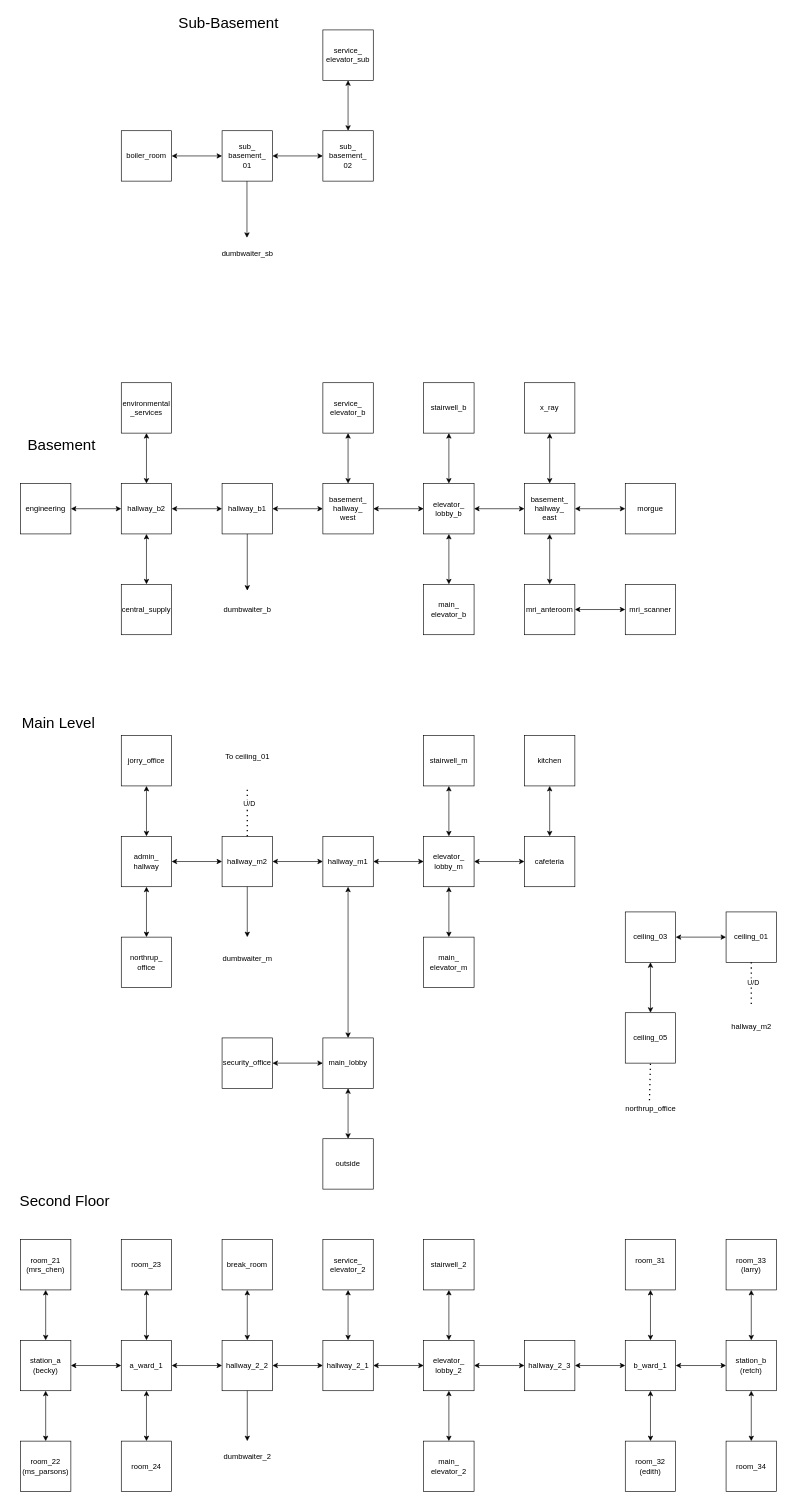
cfmoorz2/Puny-Asterix keeps this draw.io diagram as asterix.drawio. Above is the earlier version. Source tidied: cells renumbered, new cells numbered last; positions are measured from the earlier drawing's top-left corner, leaving out a move shared by most shapes. Both pictures are drawn from the tidied source at 63%, with x=0, y=0 at pixel (11, 11).
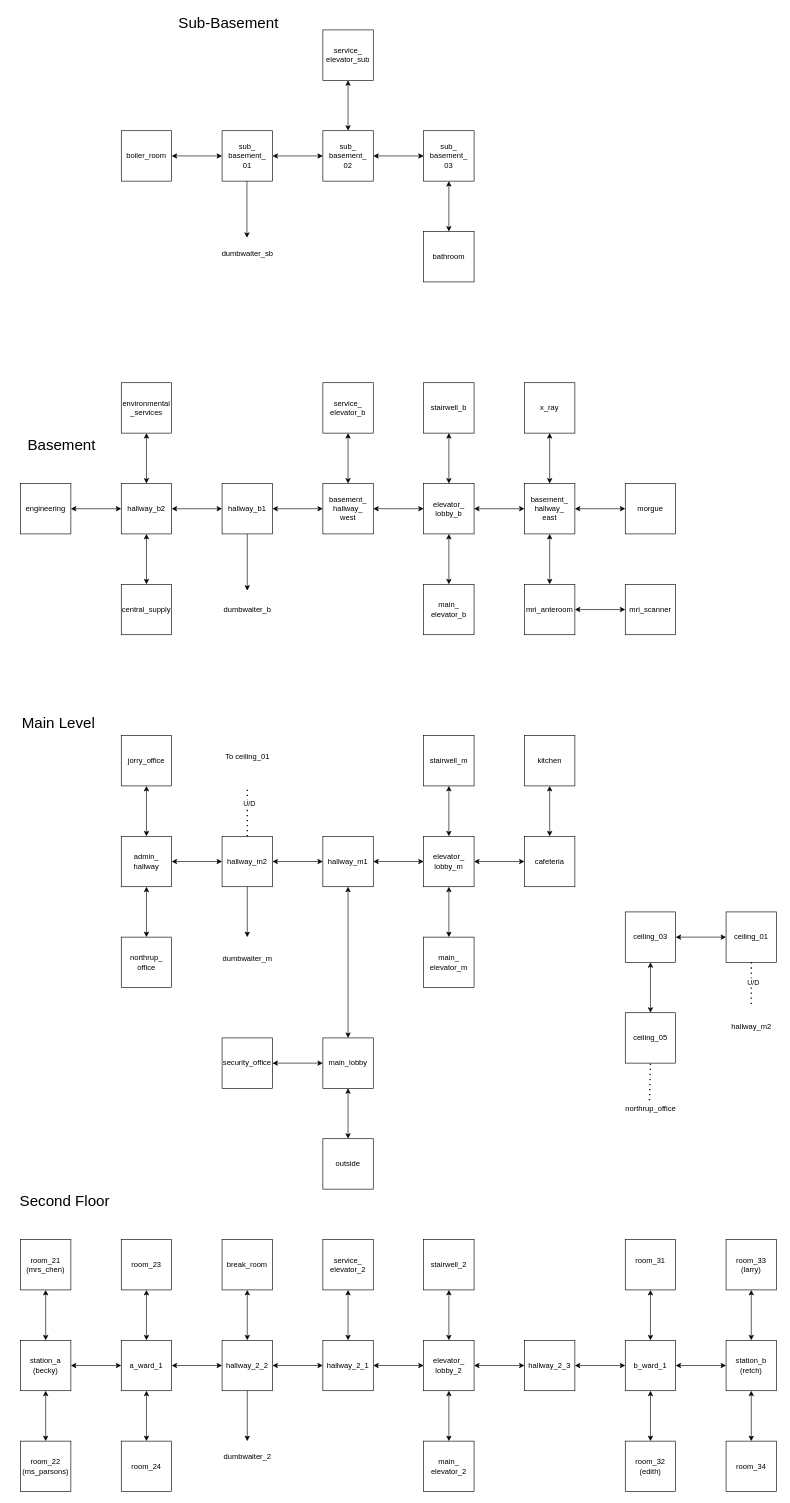
The same diagram, later.

Unchanged cells that the change refers to:
```xml
<mxCell id="61" value="sub_&lt;div&gt;basement_&lt;/div&gt;&lt;div&gt;02&lt;/div&gt;" style="whiteSpace=wrap;html=1;" parent="1" vertex="1">
  <mxGeometry x="495" y="190" width="80" height="80" as="geometry" />
</mxCell>
```

Change to the diagram source:
```diff
@@
+    <mxCell id="127" value="bathroom" style="whiteSpace=wrap;html=1;" parent="1" vertex="1">
+      <mxGeometry x="655" y="350" width="80" height="80" as="geometry" />
+    </mxCell>
+    <mxCell id="128" value="sub_&lt;div&gt;basement_&lt;/div&gt;&lt;div&gt;03&lt;/div&gt;" style="whiteSpace=wrap;html=1;" parent="1" vertex="1">
+      <mxGeometry x="655" y="190" width="80" height="80" as="geometry" />
+    </mxCell>
+    <mxCell id="129" style="endArrow=classic;startArrow=classic;html=1;rounded=0;entryX=0.5;entryY=1;entryDx=0;entryDy=0;exitX=0.5;exitY=0;exitDx=0;exitDy=0;" parent="1" edge="1" source="127" target="128">
+      <mxGeometry relative="1" as="geometry" />
+    </mxCell>
+    <mxCell id="130" style="endArrow=classic;startArrow=classic;html=1;rounded=0;exitX=1;exitY=0.5;exitDx=0;exitDy=0;entryX=0;entryY=0.5;entryDx=0;entryDy=0;" parent="1" edge="1" source="61" target="128">
+      <mxGeometry relative="1" as="geometry" />
+    </mxCell>
```
